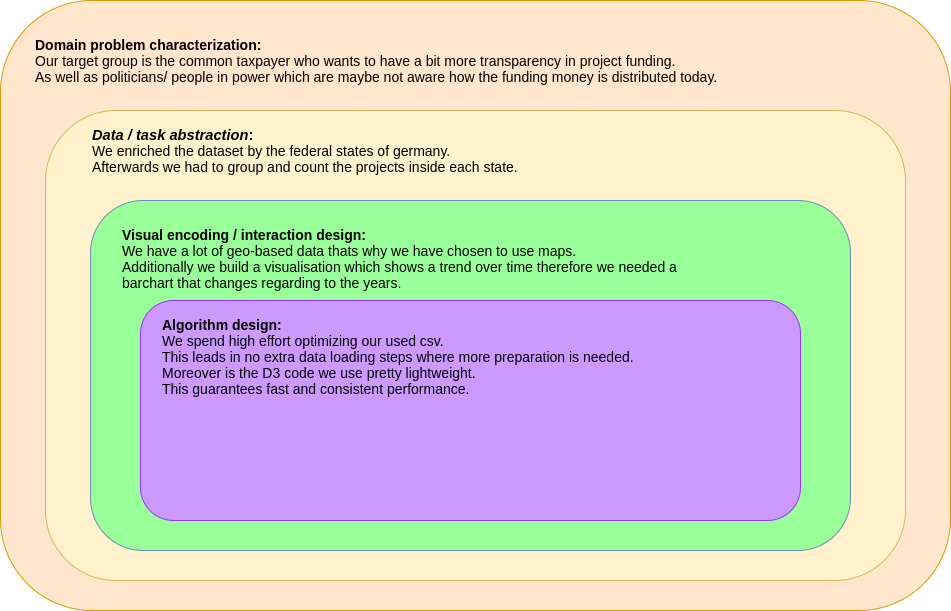
Earlier version of the draw.io export munzner_model.png (FabiAndHisCoffee/Data_Vis). Source tidied: cells renumbered, new cells last; positions are measured from the earlier drawing's top-left corner, leaving out a move shared by most shapes.
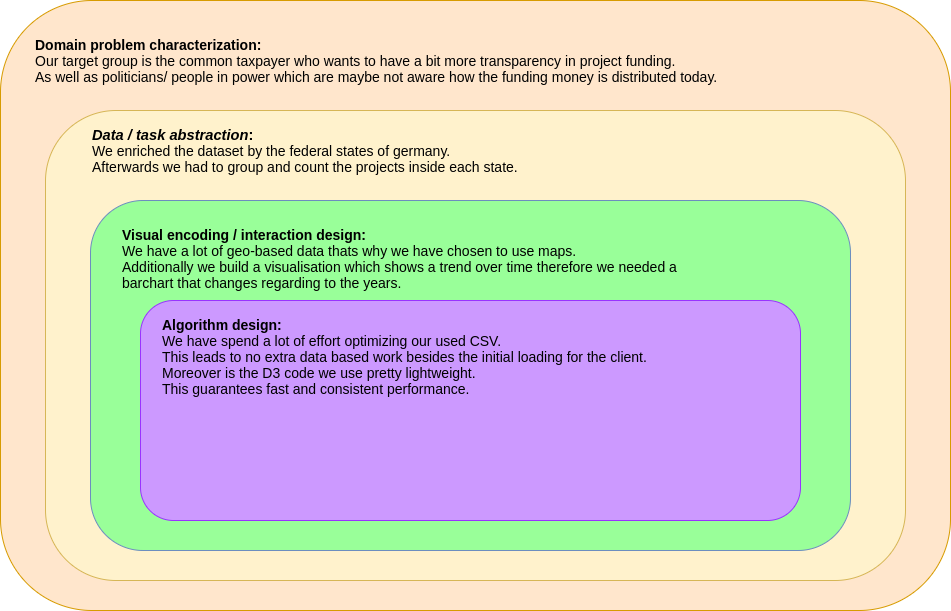
The same diagram one commit later.

Commit message:
better munzner

Change to the diagram source:
```diff
@@ -23,7 +23,7 @@
     <mxCell id="8" value="&lt;font style=&quot;font-size: 14px&quot;&gt;&lt;b&gt;Visual encoding / interaction design:&lt;/b&gt;&lt;br&gt;We have a lot of geo-based data thats why we have chosen to use maps.&lt;br&gt;Additionally we build a visualisation which shows a trend over time therefore we needed a &lt;br&gt;barchart that changes regarding to the years.&lt;br&gt;&lt;/font&gt;" style="text;html=1;" parent="1" vertex="1">
       <mxGeometry x="120" y="220" width="680" height="80" as="geometry" />
     </mxCell>
-    <mxCell id="9" value="&lt;font style=&quot;font-size: 14px&quot;&gt;&lt;b&gt;Algorithm design:&lt;/b&gt;&lt;br&gt;We spend high effort optimizing our used csv.&lt;br&gt;This leads in no extra data loading steps where more preparation is needed.&lt;br&gt;Moreover is the D3 code we use pretty lightweight.&lt;br&gt;This guarantees fast and consistent performance.&amp;nbsp;&lt;b&gt;&amp;nbsp;&lt;/b&gt;&lt;br&gt;&lt;/font&gt;" style="text;html=1;" parent="1" vertex="1">
+    <mxCell id="9" value="&lt;font style=&quot;font-size: 14px&quot;&gt;&lt;b&gt;Algorithm design:&lt;/b&gt;&lt;br&gt;We have spend a lot of effort optimizing our used CSV.&lt;br&gt;This leads to no extra data based work besides the initial loading for the client.&lt;br&gt;Moreover is the D3 code we use pretty lightweight.&lt;br&gt;This guarantees fast and consistent performance.&amp;nbsp;&lt;b&gt;&amp;nbsp;&lt;/b&gt;&lt;br&gt;&lt;/font&gt;" style="text;html=1;" parent="1" vertex="1">
       <mxGeometry x="160" y="310" width="560" height="100" as="geometry" />
     </mxCell>
   </root>
```
